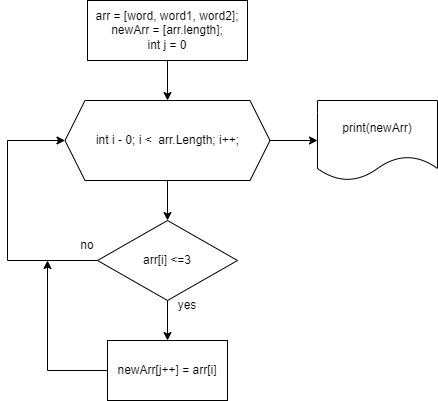
Before: Diagram/diagram.png, a diagram exported from draw.io (Le0n1s/FinalWork). Source tidied: cells renumbered, new cells last; positions are measured from the earlier drawing's top-left corner, leaving out a move shared by most shapes.
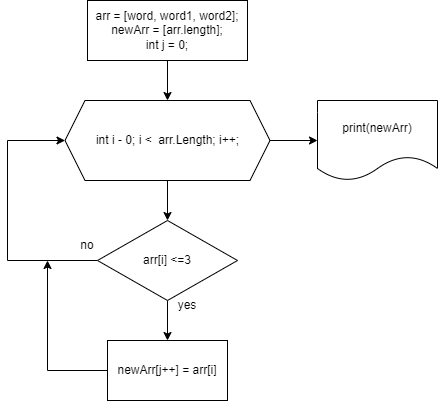
Later version of the same file.

Commit message:
Добавили README файл

What changed in the source:
```diff
@@ -5,7 +5,7 @@
     <mxCell id="2" style="edgeStyle=none;html=1;" parent="1" edge="1" source="3" target="6">
       <mxGeometry relative="1" as="geometry" />
     </mxCell>
-    <mxCell id="3" value="arr = [word, word1, word2];&lt;br&gt;newArr = [arr.length];&lt;br&gt;int j = 0" style="rounded=0;whiteSpace=wrap;html=1;" parent="1" vertex="1">
+    <mxCell id="3" value="arr = [word, word1, word2];&lt;br&gt;newArr = [arr.length];&lt;br&gt;int j = 0;" style="rounded=0;whiteSpace=wrap;html=1;" parent="1" vertex="1">
       <mxGeometry x="80" width="160" height="60" as="geometry" />
     </mxCell>
     <mxCell id="4" style="edgeStyle=none;html=1;" parent="1" edge="1" source="6" target="9">
```
